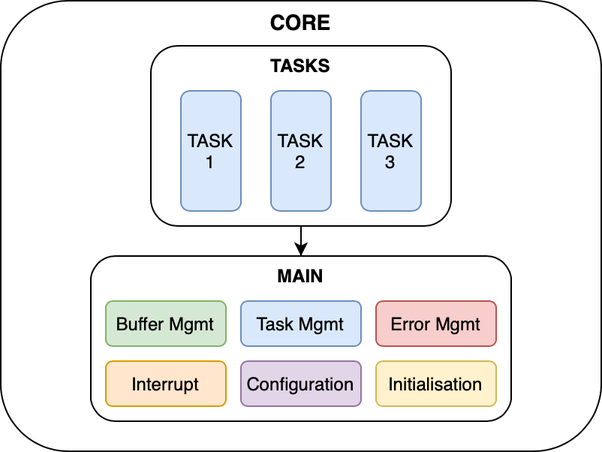
Earlier version of the draw.io export doc/images/core_organization_graph.drawio.png (TOLOSAT/flight-software). Source tidied: cells renumbered, new cells last; positions are measured from the earlier drawing's top-left corner, leaving out a move shared by most shapes. The source it was exported from:
```xml
<mxGraphModel>
  <root>
    <mxCell id="0" />
    <mxCell id="1" parent="0" />
    <mxCell id="2" value="&lt;font style=&quot;font-size: 14px;&quot;&gt;&lt;b&gt;CORE&lt;/b&gt;&lt;/font&gt;" style="rounded=1;whiteSpace=wrap;html=1;verticalAlign=top;fillColor=none;" parent="1" vertex="1">
      <mxGeometry width="400" height="300" as="geometry" />
    </mxCell>
    <mxCell id="3" style="edgeStyle=orthogonalEdgeStyle;rounded=0;jettySize=auto;html=1;exitX=0.5;exitY=1;exitDx=0;exitDy=0;" parent="1" edge="1" source="4" target="8">
      <mxGeometry relative="1" as="geometry" />
    </mxCell>
    <mxCell id="4" value="&lt;b&gt;TASKS&lt;/b&gt;" style="rounded=1;whiteSpace=wrap;html=1;verticalAlign=top;fillColor=none;" parent="1" vertex="1">
      <mxGeometry x="100" y="30" width="200" height="120" as="geometry" />
    </mxCell>
    <mxCell id="5" value="TASK 2" style="rounded=1;whiteSpace=wrap;html=1;fillColor=#dae8fc;strokeColor=#6c8ebf;" parent="1" vertex="1">
      <mxGeometry x="180" y="60" width="40" height="80" as="geometry" />
    </mxCell>
    <mxCell id="6" value="TASK 1" style="rounded=1;whiteSpace=wrap;html=1;fillColor=#dae8fc;strokeColor=#6c8ebf;" parent="1" vertex="1">
      <mxGeometry x="120" y="60" width="40" height="80" as="geometry" />
    </mxCell>
    <mxCell id="7" value="TASK 3" style="rounded=1;whiteSpace=wrap;html=1;fillColor=#dae8fc;strokeColor=#6c8ebf;" parent="1" vertex="1">
      <mxGeometry x="240" y="60" width="40" height="80" as="geometry" />
    </mxCell>
    <mxCell id="8" value="&lt;b&gt;MAIN&lt;/b&gt;" style="rounded=1;whiteSpace=wrap;html=1;verticalAlign=top;fillColor=none;" parent="1" vertex="1">
      <mxGeometry x="60" y="170" width="280" height="110" as="geometry" />
    </mxCell>
    <mxCell id="9" value="Buffer Mgmt" style="rounded=1;whiteSpace=wrap;html=1;fillColor=#d5e8d4;strokeColor=#82b366;" parent="1" vertex="1">
      <mxGeometry x="70" y="200" width="80" height="30" as="geometry" />
    </mxCell>
    <mxCell id="10" value="Task Mgmt" style="rounded=1;whiteSpace=wrap;html=1;fillColor=#dae8fc;strokeColor=#6c8ebf;" parent="1" vertex="1">
      <mxGeometry x="160" y="200" width="80" height="30" as="geometry" />
    </mxCell>
    <mxCell id="11" value="Error Mgmt" style="rounded=1;whiteSpace=wrap;html=1;fillColor=#f8cecc;strokeColor=#b85450;" parent="1" vertex="1">
      <mxGeometry x="250" y="200" width="80" height="30" as="geometry" />
    </mxCell>
    <mxCell id="12" value="Interrupt" style="rounded=1;whiteSpace=wrap;html=1;fillColor=#ffe6cc;strokeColor=#d79b00;" parent="1" vertex="1">
      <mxGeometry x="70" y="240" width="80" height="30" as="geometry" />
    </mxCell>
    <mxCell id="13" value="Configuration" style="rounded=1;whiteSpace=wrap;html=1;fillColor=#e1d5e7;strokeColor=#9673a6;" parent="1" vertex="1">
      <mxGeometry x="160" y="240" width="80" height="30" as="geometry" />
    </mxCell>
    <mxCell id="14" value="Initialisation" style="rounded=1;whiteSpace=wrap;html=1;fillColor=#fff2cc;strokeColor=#d6b656;" parent="1" vertex="1">
      <mxGeometry x="250" y="240" width="80" height="30" as="geometry" />
    </mxCell>
  </root>
</mxGraphModel>
```
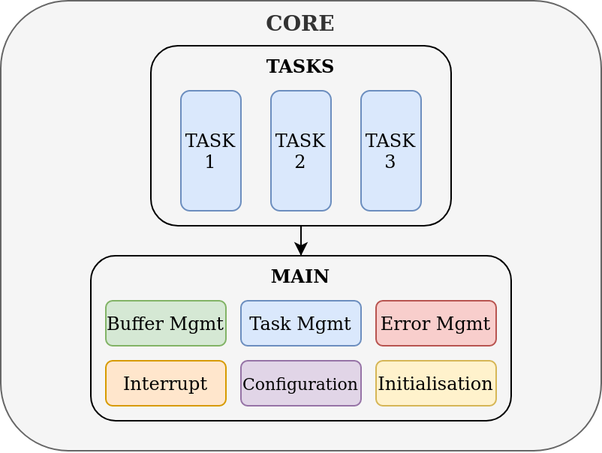
Later version of the same file.

The edit, as a diff of the source:
```diff
@@ -2,7 +2,7 @@
   <root>
     <mxCell id="0" />
     <mxCell id="1" parent="0" />
-    <mxCell id="2" value="&lt;font style=&quot;font-size: 14px;&quot;&gt;&lt;b&gt;CORE&lt;/b&gt;&lt;/font&gt;" style="rounded=1;whiteSpace=wrap;html=1;verticalAlign=top;fillColor=none;" parent="1" vertex="1">
+    <mxCell id="2" value="&lt;font style=&quot;font-size: 14px;&quot;&gt;&lt;b&gt;CORE&lt;/b&gt;&lt;/font&gt;" style="rounded=1;whiteSpace=wrap;html=1;verticalAlign=top;fillColor=#f5f5f5;fontColor=#333333;strokeColor=#666666;" parent="1" vertex="1">
       <mxGeometry width="400" height="300" as="geometry" />
     </mxCell>
     <mxCell id="3" style="edgeStyle=orthogonalEdgeStyle;rounded=0;jettySize=auto;html=1;exitX=0.5;exitY=1;exitDx=0;exitDy=0;" parent="1" edge="1" source="4" target="8">
@@ -35,7 +35,7 @@
     <mxCell id="12" value="Interrupt" style="rounded=1;whiteSpace=wrap;html=1;fillColor=#ffe6cc;strokeColor=#d79b00;" parent="1" vertex="1">
       <mxGeometry x="70" y="240" width="80" height="30" as="geometry" />
     </mxCell>
-    <mxCell id="13" value="Configuration" style="rounded=1;whiteSpace=wrap;html=1;fillColor=#e1d5e7;strokeColor=#9673a6;" parent="1" vertex="1">
+    <mxCell id="13" value="&lt;font style=&quot;font-size: 11px;&quot;&gt;Configuration&lt;/font&gt;" style="rounded=1;whiteSpace=wrap;html=1;fillColor=#e1d5e7;strokeColor=#9673a6;" parent="1" vertex="1">
       <mxGeometry x="160" y="240" width="80" height="30" as="geometry" />
     </mxCell>
     <mxCell id="14" value="Initialisation" style="rounded=1;whiteSpace=wrap;html=1;fillColor=#fff2cc;strokeColor=#d6b656;" parent="1" vertex="1">
```
